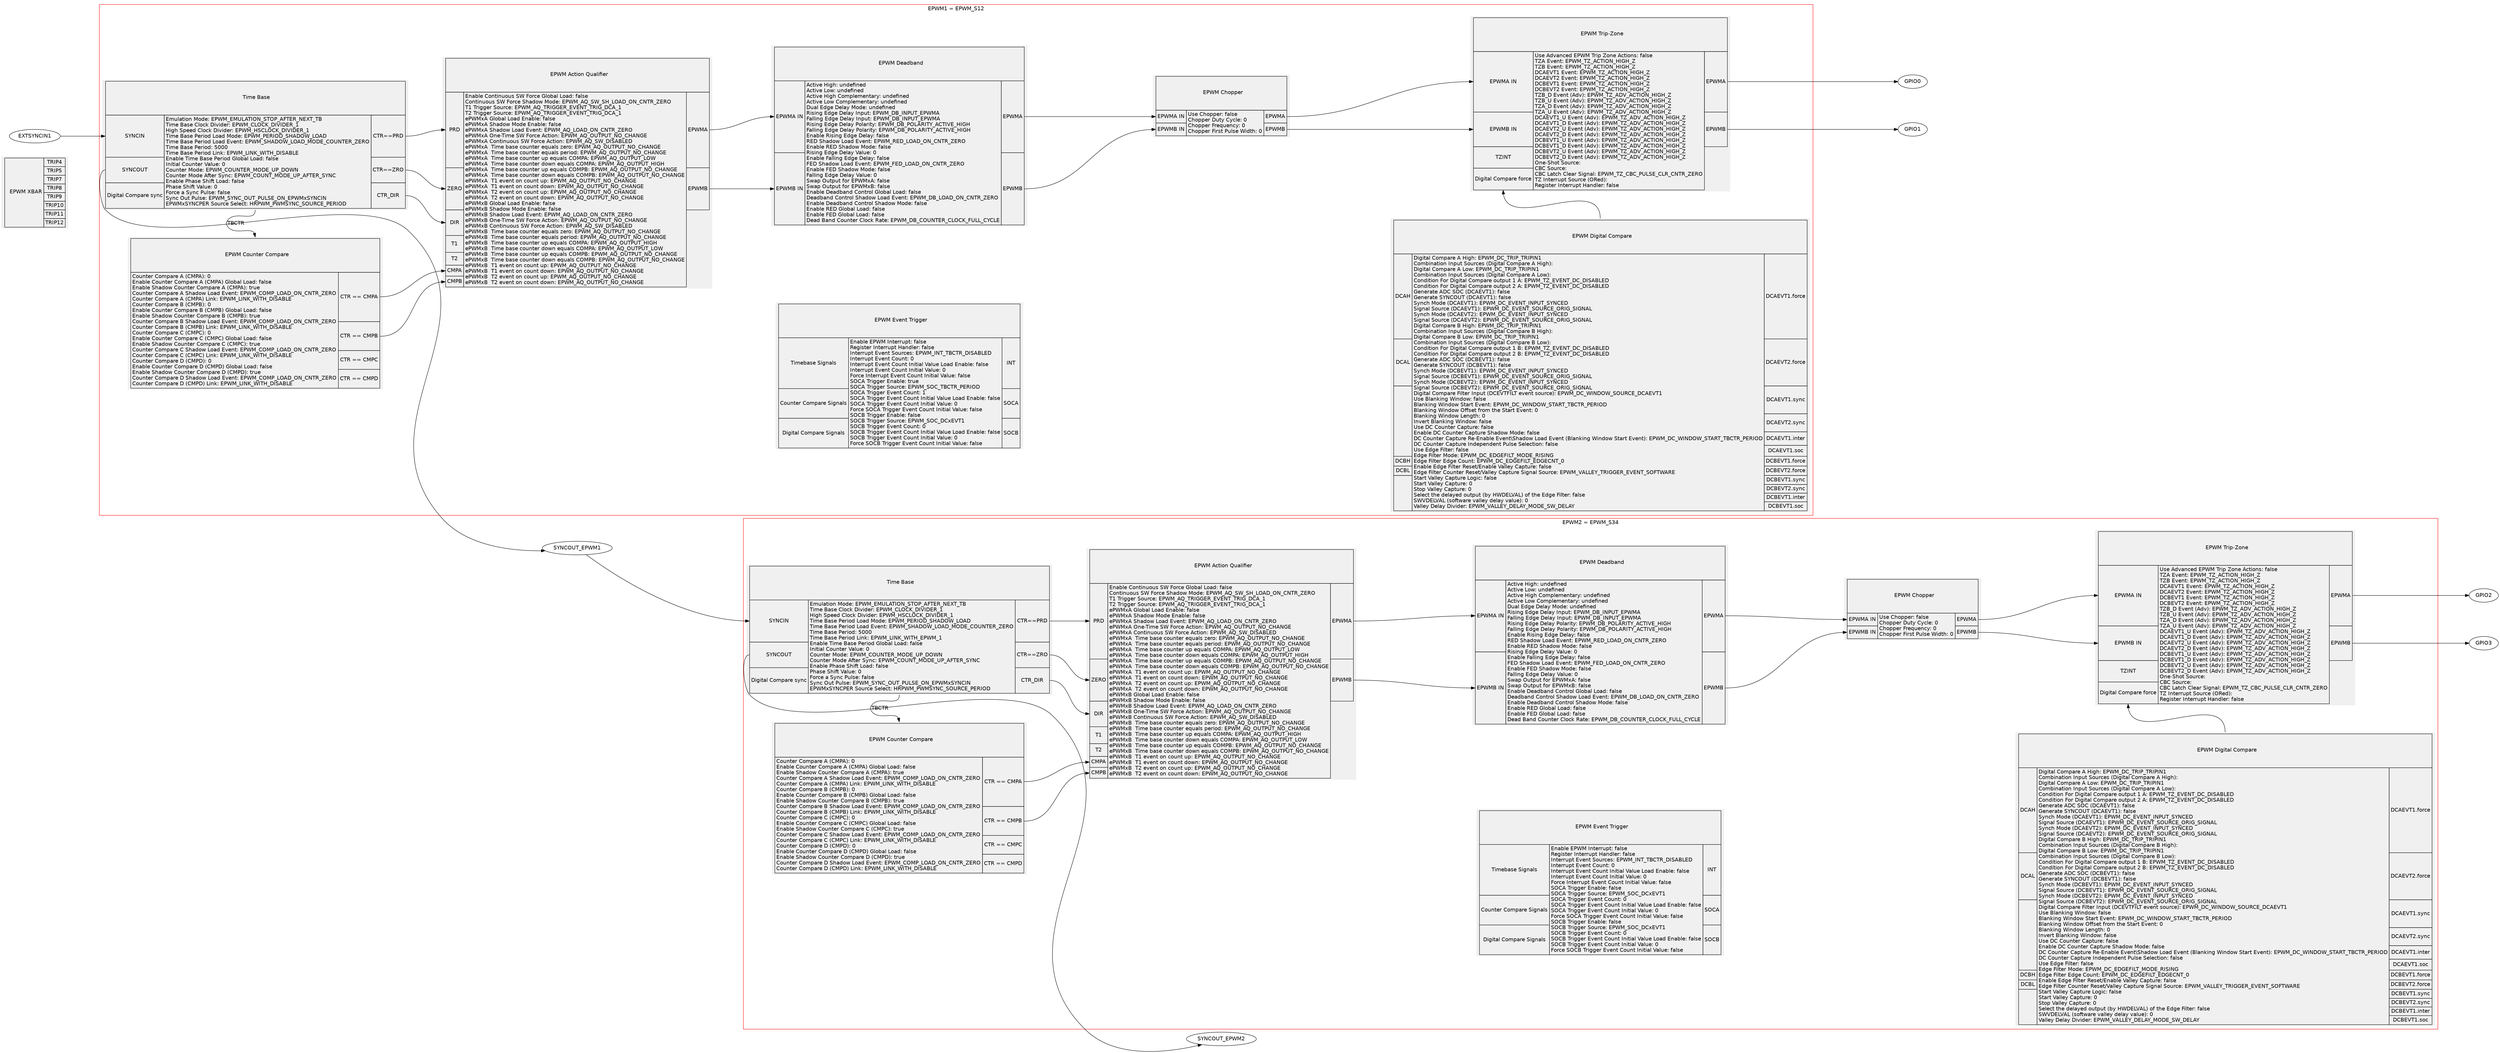
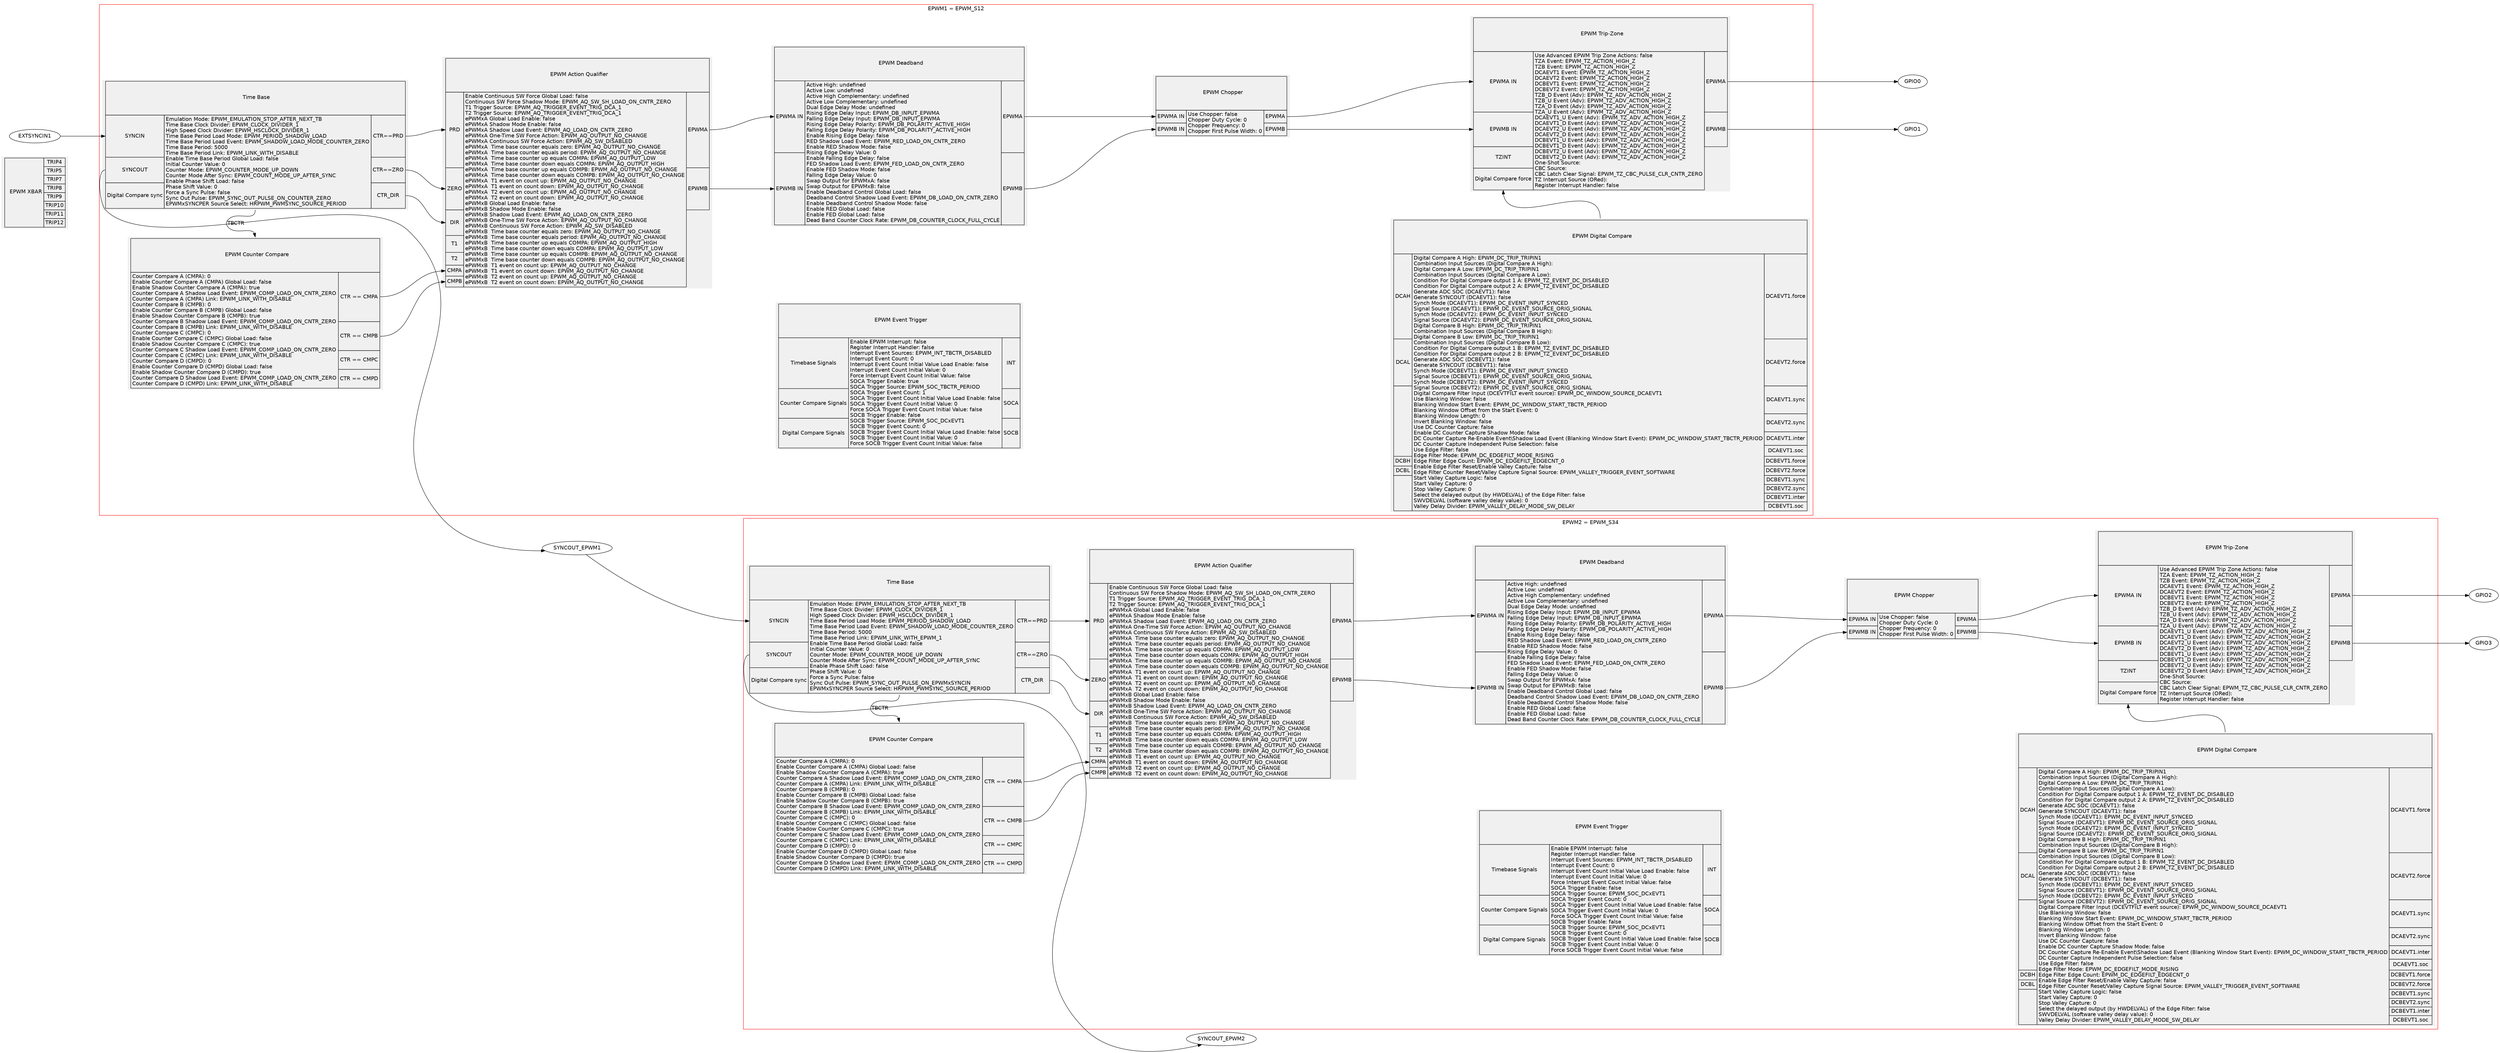
digraph {
    graph [fontname = "helvetica"];
    node  [fontname = "helvetica"];
    edge  [fontname = "helvetica"];
    graph [mclimit=50 nodesep=0.5 rankdir=LR ranksep=1.25]

    EPWMXBAR [label= <<TABLE BORDER='0' CELLBORDER='1' CELLPADDING='3' CELLSPACING='0'>
                       <TR><TD PORT='epwmxbar_title' ROWSPAN='9'><br/><br/>  EPWM XBAR<br/><br/><br/></TD></TR>
                       <TR><TD PORT='trip4'>TRIP4</TD></TR>
                       <TR><TD PORT='trip5'>TRIP5</TD></TR>
                       <TR><TD PORT='trip7'>TRIP7</TD></TR>
                       <TR><TD PORT='trip8'>TRIP8</TD></TR>
                       <TR><TD PORT='trip9'>TRIP9</TD></TR>
                       <TR><TD PORT='trip10'>TRIP10</TD></TR>
                       <TR><TD PORT='trip11'>TRIP11</TD></TR>
                       <TR><TD PORT='trip12'>TRIP12</TD></TR>
                       </TABLE>>
               color=black shape=plaintext fillcolor="#F0F0F0" style=filled]


    subgraph cluster_epwm1 {
        label = "EPWM1 = EPWM_S12";
        color=red;


        epwm1_TB [label= <<TABLE BORDER='0' CELLBORDER='1' CELLPADDING='3' CELLSPACING='0'>
                        <TR><TD PORT='' COLSPAN='3'><br/><br/>  Time Base <br/><br/><br/></TD></TR>
-                         <TR><TD PORT='epwm1_syncin'>SYNCIN</TD><TD ROWSPAN='3'>Emulation Mode: EPWM_EMULATION_STOP_AFTER_NEXT_TB<br align="left" />Time Base Clock Divider: EPWM_CLOCK_DIVIDER_1<br align="left" />High Speed Clock Divider: EPWM_HSCLOCK_DIVIDER_1<br align="left" />Time Base Period Load Mode: EPWM_PERIOD_SHADOW_LOAD<br align="left" />Time Base Period Load Event: EPWM_SHADOW_LOAD_MODE_COUNTER_ZERO<br align="left" />Time Base Period: 5000<br align="left" />Time Base Period Link: EPWM_LINK_WITH_DISABLE<br align="left" />Enable Time Base Period Global Load: false<br align="left" />Initial Counter Value: 0<br align="left" />Counter Mode: EPWM_COUNTER_MODE_UP_DOWN<br align="left" />Counter Mode After Sync: EPWM_COUNT_MODE_UP_AFTER_SYNC<br align="left" />Enable Phase Shift Load: false<br align="left" />Phase Shift Value: 0<br align="left" />Force a Sync Pulse: false<br align="left" />Sync Out Pulse: EPWM_SYNC_OUT_PULSE_ON_EPWMxSYNCIN<br align="left" />EPWMxSYNCPER Source Select: HRPWM_PWMSYNC_SOURCE_PERIOD<br align="left" /></TD><TD PORT='epwm1_tb_prd'>CTR==PRD</TD></TR>
+                         <TR><TD PORT='epwm1_syncin'>SYNCIN</TD><TD ROWSPAN='3'>Emulation Mode: EPWM_EMULATION_STOP_AFTER_NEXT_TB<br align="left" />Time Base Clock Divider: EPWM_CLOCK_DIVIDER_1<br align="left" />High Speed Clock Divider: EPWM_HSCLOCK_DIVIDER_1<br align="left" />Time Base Period Load Mode: EPWM_PERIOD_SHADOW_LOAD<br align="left" />Time Base Period Load Event: EPWM_SHADOW_LOAD_MODE_COUNTER_ZERO<br align="left" />Time Base Period: 5000<br align="left" />Time Base Period Link: EPWM_LINK_WITH_DISABLE<br align="left" />Enable Time Base Period Global Load: false<br align="left" />Initial Counter Value: 0<br align="left" />Counter Mode: EPWM_COUNTER_MODE_UP_DOWN<br align="left" />Counter Mode After Sync: EPWM_COUNT_MODE_UP_AFTER_SYNC<br align="left" />Enable Phase Shift Load: false<br align="left" />Phase Shift Value: 0<br align="left" />Force a Sync Pulse: false<br align="left" />Sync Out Pulse: EPWM_SYNC_OUT_PULSE_ON_COUNTER_ZERO<br align="left" />EPWMxSYNCPER Source Select: HRPWM_PWMSYNC_SOURCE_PERIOD<br align="left" /></TD><TD PORT='epwm1_tb_prd'>CTR==PRD</TD></TR>
                        <TR><TD PORT='epwm1_syncout'>SYNCOUT</TD><TD COL='3' PORT='epwm1_tb_zero'>CTR==ZRO</TD></TR>
                        <TR><TD PORT=''>Digital Compare sync</TD><TD COL='3' PORT='epwm1_tb_dir'>CTR_DIR</TD></TR>
                       </TABLE>>
               color=black shape=plaintext fillcolor="#F0F0F0" style=filled]


        epwm1_DC [label= <<TABLE BORDER='0' CELLBORDER='1' CELLPADDING='3' CELLSPACING='0'>
                       <TR><TD PORT='epwm1_dc_title' COLSPAN='3'><br/><br/>  EPWM Digital Compare<br/><br/><br/></TD></TR>
                       <TR><TD PORT='epwm1_dcah'>DCAH</TD><TD ROWSPAN='12'>Digital Compare A High: EPWM_DC_TRIP_TRIPIN1<br align="left" />Combination Input Sources (Digital Compare A High): <br align="left" />Digital Compare A Low: EPWM_DC_TRIP_TRIPIN1<br align="left" />Combination Input Sources (Digital Compare A Low): <br align="left" />Condition For Digital Compare output 1 A: EPWM_TZ_EVENT_DC_DISABLED<br align="left" />Condition For Digital Compare output 2 A: EPWM_TZ_EVENT_DC_DISABLED<br align="left" />Generate ADC SOC (DCAEVT1): false<br align="left" />Generate SYNCOUT (DCAEVT1): false<br align="left" />Synch Mode (DCAEVT1): EPWM_DC_EVENT_INPUT_SYNCED<br align="left" />Signal Source (DCAEVT1): EPWM_DC_EVENT_SOURCE_ORIG_SIGNAL<br align="left" />Synch Mode (DCAEVT2): EPWM_DC_EVENT_INPUT_SYNCED<br align="left" />Signal Source (DCAEVT2): EPWM_DC_EVENT_SOURCE_ORIG_SIGNAL<br align="left" />Digital Compare B High: EPWM_DC_TRIP_TRIPIN1<br align="left" />Combination Input Sources (Digital Compare B High): <br align="left" />Digital Compare B Low: EPWM_DC_TRIP_TRIPIN1<br align="left" />Combination Input Sources (Digital Compare B Low): <br align="left" />Condition For Digital Compare output 1 B: EPWM_TZ_EVENT_DC_DISABLED<br align="left" />Condition For Digital Compare output 2 B: EPWM_TZ_EVENT_DC_DISABLED<br align="left" />Generate ADC SOC (DCBEVT1): false<br align="left" />Generate SYNCOUT (DCBEVT1): false<br align="left" />Synch Mode (DCBEVT1): EPWM_DC_EVENT_INPUT_SYNCED<br align="left" />Signal Source (DCBEVT1): EPWM_DC_EVENT_SOURCE_ORIG_SIGNAL<br align="left" />Synch Mode (DCBEVT2): EPWM_DC_EVENT_INPUT_SYNCED<br align="left" />Signal Source (DCBEVT2): EPWM_DC_EVENT_SOURCE_ORIG_SIGNAL<br align="left" />Digital Compare Filter Input (DCEVTFILT event source): EPWM_DC_WINDOW_SOURCE_DCAEVT1<br align="left" />Use Blanking Window: false<br align="left" />Blanking Window Start Event: EPWM_DC_WINDOW_START_TBCTR_PERIOD<br align="left" />Blanking Window Offset from the Start Event: 0<br align="left" />Blanking Window Length: 0<br align="left" />Invert Blanking Window: false<br align="left" />Use DC Counter Capture: false<br align="left" />Enable DC Counter Capture Shadow Mode: false<br align="left" />DC Counter Capture Re-Enable Event\Shadow Load Event (Blanking Window Start Event): EPWM_DC_WINDOW_START_TBCTR_PERIOD<br align="left" />DC Counter Capture Independent Pulse Selection: false<br align="left" />Use Edge Filter: false<br align="left" />Edge Filter Mode: EPWM_DC_EDGEFILT_MODE_RISING<br align="left" />Edge Filter Edge Count: EPWM_DC_EDGEFILT_EDGECNT_0<br align="left" />Enable Edge Filter Reset/Enable Valley Capture: false<br align="left" />Edge Filter Counter Reset/Valley Capture Signal Source: EPWM_VALLEY_TRIGGER_EVENT_SOFTWARE<br align="left" />Start Valley Capture Logic: false<br align="left" />Start Valley Capture: 0<br align="left" />Stop Valley Capture: 0<br align="left" />Select the delayed output (by HWDELVAL) of the Edge Filter: false<br align="left" />SWVDELVAL (software valley delay value): 0<br align="left" />Valley Delay Divider: EPWM_VALLEY_DELAY_MODE_SW_DELAY<br align="left" /></TD><TD COL='3' PORT='epwm1_dcaevt1frc'>DCAEVT1.force</TD></TR>
                       <TR><TD PORT='epwm1_dcal'>DCAL</TD>                                 <TD COL='3' PORT=''>DCAEVT2.force</TD></TR>
                       <TR><TD ROWSPAN='4'></TD>                                                        <TD COL='3' PORT=''>DCAEVT1.sync</TD></TR>
                       <TR>                                                                             <TD COL='3' PORT=''>DCAEVT2.sync</TD></TR>
                       <TR>                                                                             <TD COL='3' PORT=''>DCAEVT1.inter</TD></TR>
                       <TR>                                                                             <TD COL='3' PORT=''>DCAEVT1.soc</TD></TR>
                       <TR><TD PORT='epwm1_dcbh'>DCBH</TD>                                 <TD PORT='epwm1_dcbevt1frc'>DCBEVT1.force</TD></TR>
                       <TR><TD PORT='epwm1_dcbl'>DCBL</TD>                                 <TD PORT=''>DCBEVT2.force</TD></TR>
                       <TR><TD ROWSPAN='4'></TD>                                                        <TD COL='3' PORT=''>DCBEVT1.sync</TD></TR>
                       <TR>                                                                             <TD COL='3' PORT=''>DCBEVT2.sync</TD></TR>
                       <TR>                                                                             <TD COL='3' PORT=''>DCBEVT1.inter</TD></TR>
                       <TR>                                                                             <TD COL='3' PORT=''>DCBEVT1.soc</TD></TR>
                       </TABLE>>
               color=black shape=plaintext fillcolor="#F0F0F0" style=filled]


        epwm1_CC [label= <<TABLE BORDER='0' CELLBORDER='1' CELLPADDING='3' CELLSPACING='0'>
                       <TR><TD PORT='epwm1_cc_title' COLSPAN='3'><br/><br/>  EPWM Counter Compare<br/><br/><br/></TD></TR>
                       <TR><TD PORT='' COLSPAN='2' ROWSPAN='4'>Counter Compare A (CMPA): 0<br align="left" />Enable Counter Compare A (CMPA) Global Load: false<br align="left" />Enable Shadow Counter Compare A (CMPA): true<br align="left" />Counter Compare A Shadow Load Event: EPWM_COMP_LOAD_ON_CNTR_ZERO<br align="left" />Counter Compare A (CMPA) Link: EPWM_LINK_WITH_DISABLE<br align="left" />Counter Compare B (CMPB): 0<br align="left" />Enable Counter Compare B (CMPB) Global Load: false<br align="left" />Enable Shadow Counter Compare B (CMPB): true<br align="left" />Counter Compare B Shadow Load Event: EPWM_COMP_LOAD_ON_CNTR_ZERO<br align="left" />Counter Compare B (CMPB) Link: EPWM_LINK_WITH_DISABLE<br align="left" />Counter Compare C (CMPC): 0<br align="left" />Enable Counter Compare C (CMPC) Global Load: false<br align="left" />Enable Shadow Counter Compare C (CMPC): true<br align="left" />Counter Compare C Shadow Load Event: EPWM_COMP_LOAD_ON_CNTR_ZERO<br align="left" />Counter Compare C (CMPC) Link: EPWM_LINK_WITH_DISABLE<br align="left" />Counter Compare D (CMPD): 0<br align="left" />Enable Counter Compare D (CMPD) Global Load: false<br align="left" />Enable Shadow Counter Compare D (CMPD): true<br align="left" />Counter Compare D Shadow Load Event: EPWM_COMP_LOAD_ON_CNTR_ZERO<br align="left" />Counter Compare D (CMPD) Link: EPWM_LINK_WITH_DISABLE<br align="left" /></TD><TD COL='3' PORT='epwm1_cc_cmpa'>CTR == CMPA</TD></TR>
                       <TR><TD COL='3' PORT='epwm1_cc_cmpb'>CTR == CMPB</TD></TR>
                       <TR><TD COL='3' PORT='epwm1_cc_cmpc'>CTR == CMPC</TD></TR>
                       <TR><TD COL='3' PORT='epwm1_cc_cmpd'>CTR == CMPD</TD></TR>
                       </TABLE>>
               color=black shape=plaintext fillcolor="#F0F0F0" style=filled]


        epwm1_AQ [label= <<TABLE BORDER='0' CELLBORDER='1' CELLPADDING='3' CELLSPACING='0'>
                       <TR><TD PORT='epwm1_aq_title' COLSPAN='3'><br/><br/>  EPWM Action Qualifier<br/><br/><br/></TD></TR>
                       <TR><TD PORT='epwm1_aq_prd'>PRD</TD><TD PORT='' ROWSPAN='7'>Enable Continuous SW Force Global Load: false<br align="left" />Continuous SW Force Shadow Mode: EPWM_AQ_SW_SH_LOAD_ON_CNTR_ZERO<br align="left" />T1 Trigger Source: EPWM_AQ_TRIGGER_EVENT_TRIG_DCA_1<br align="left" />T2 Trigger Source: EPWM_AQ_TRIGGER_EVENT_TRIG_DCA_1<br align="left" />ePWMxA Global Load Enable: false<br align="left" />ePWMxA Shadow Mode Enable: false<br align="left" />ePWMxA Shadow Load Event: EPWM_AQ_LOAD_ON_CNTR_ZERO<br align="left" />ePWMxA One-Time SW Force Action: EPWM_AQ_OUTPUT_NO_CHANGE<br align="left" />ePWMxA Continuous SW Force Action: EPWM_AQ_SW_DISABLED<br align="left" />ePWMxA  Time base counter equals zero: EPWM_AQ_OUTPUT_NO_CHANGE<br align="left" />ePWMxA  Time base counter equals period: EPWM_AQ_OUTPUT_NO_CHANGE<br align="left" />ePWMxA  Time base counter up equals COMPA: EPWM_AQ_OUTPUT_LOW<br align="left" />ePWMxA  Time base counter down equals COMPA: EPWM_AQ_OUTPUT_HIGH<br align="left" />ePWMxA  Time base counter up equals COMPB: EPWM_AQ_OUTPUT_NO_CHANGE<br align="left" />ePWMxA  Time base counter down equals COMPB: EPWM_AQ_OUTPUT_NO_CHANGE<br align="left" />ePWMxA  T1 event on count up: EPWM_AQ_OUTPUT_NO_CHANGE<br align="left" />ePWMxA  T1 event on count down: EPWM_AQ_OUTPUT_NO_CHANGE<br align="left" />ePWMxA  T2 event on count up: EPWM_AQ_OUTPUT_NO_CHANGE<br align="left" />ePWMxA  T2 event on count down: EPWM_AQ_OUTPUT_NO_CHANGE<br align="left" />ePWMxB Global Load Enable: false<br align="left" />ePWMxB Shadow Mode Enable: false<br align="left" />ePWMxB Shadow Load Event: EPWM_AQ_LOAD_ON_CNTR_ZERO<br align="left" />ePWMxB One-Time SW Force Action: EPWM_AQ_OUTPUT_NO_CHANGE<br align="left" />ePWMxB Continuous SW Force Action: EPWM_AQ_SW_DISABLED<br align="left" />ePWMxB  Time base counter equals zero: EPWM_AQ_OUTPUT_NO_CHANGE<br align="left" />ePWMxB  Time base counter equals period: EPWM_AQ_OUTPUT_NO_CHANGE<br align="left" />ePWMxB  Time base counter up equals COMPA: EPWM_AQ_OUTPUT_HIGH<br align="left" />ePWMxB  Time base counter down equals COMPA: EPWM_AQ_OUTPUT_LOW<br align="left" />ePWMxB  Time base counter up equals COMPB: EPWM_AQ_OUTPUT_NO_CHANGE<br align="left" />ePWMxB  Time base counter down equals COMPB: EPWM_AQ_OUTPUT_NO_CHANGE<br align="left" />ePWMxB  T1 event on count up: EPWM_AQ_OUTPUT_NO_CHANGE<br align="left" />ePWMxB  T1 event on count down: EPWM_AQ_OUTPUT_NO_CHANGE<br align="left" />ePWMxB  T2 event on count up: EPWM_AQ_OUTPUT_NO_CHANGE<br align="left" />ePWMxB  T2 event on count down: EPWM_AQ_OUTPUT_NO_CHANGE<br align="left" /></TD><TD COL='3' PORT='epwm1_aq_epwma'>EPWMA</TD></TR>
                       <TR><TD PORT='epwm1_aq_zero'>ZERO</TD>                                    <TD COL='3' PORT='epwm1_aq_epwmb'>EPWMB</TD></TR>
                       <TR><TD PORT='epwm1_aq_dir'>DIR</TD>                                    </TR>
                       <TR><TD PORT='epwm1_aq_t1'>T1</TD>                                    </TR>
                       <TR><TD PORT='epwm1_aq_t2'>T2</TD>                                    </TR>
                       <TR><TD PORT='epwm1_aq_cmpa'>CMPA</TD>                                    </TR>
                       <TR><TD PORT='epwm1_aq_cmpb'>CMPB</TD>                                    </TR>
                       </TABLE>>
               color=black shape=plaintext fillcolor="#F0F0F0" style=filled]


        epwm1_DB [label= <<TABLE BORDER='0' CELLBORDER='1' CELLPADDING='3' CELLSPACING='0'>
                       <TR><TD PORT='epwm1_db_title' COLSPAN='3'><br/><br/>  EPWM Deadband<br/><br/><br/></TD></TR>
                       <TR><TD PORT='epwm1_db_epwma_in'>EPWMA IN</TD><TD PORT='' ROWSPAN='2'>Active High: undefined<br align="left" />Active Low: undefined<br align="left" />Active High Complementary: undefined<br align="left" />Active Low Complementary: undefined<br align="left" />Dual Edge Delay Mode: undefined<br align="left" />Rising Edge Delay Input: EPWM_DB_INPUT_EPWMA<br align="left" />Falling Edge Delay Input: EPWM_DB_INPUT_EPWMA<br align="left" />Rising Edge Delay Polarity: EPWM_DB_POLARITY_ACTIVE_HIGH<br align="left" />Falling Edge Delay Polarity: EPWM_DB_POLARITY_ACTIVE_HIGH<br align="left" />Enable Rising Edge Delay: false<br align="left" />RED Shadow Load Event: EPWM_RED_LOAD_ON_CNTR_ZERO<br align="left" />Enable RED Shadow Mode: false<br align="left" />Rising Edge Delay Value: 0<br align="left" />Enable Falling Edge Delay: false<br align="left" />FED Shadow Load Event: EPWM_FED_LOAD_ON_CNTR_ZERO<br align="left" />Enable FED Shadow Mode: false<br align="left" />Falling Edge Delay Value: 0<br align="left" />Swap Output for EPWMxA: false<br align="left" />Swap Output for EPWMxB: false<br align="left" />Enable Deadband Control Global Load: false<br align="left" />Deadband Control Shadow Load Event: EPWM_DB_LOAD_ON_CNTR_ZERO<br align="left" />Enable Deadband Control Shadow Mode: false<br align="left" />Enable RED Global Load: false<br align="left" />Enable FED Global Load: false<br align="left" />Dead Band Counter Clock Rate: EPWM_DB_COUNTER_CLOCK_FULL_CYCLE<br align="left" /></TD><TD COL='3' PORT='epwm1_db_epwma_out'>EPWMA</TD></TR>
                       <TR><TD PORT='epwm1_db_epwmb_in'>EPWMB IN</TD>                                    <TD COL='3' PORT='epwm1_db_epwmb_out'>EPWMB</TD></TR>
                       </TABLE>>
               color=black shape=plaintext fillcolor="#F0F0F0" style=filled]


        epwm1_PC [label= <<TABLE BORDER='0' CELLBORDER='1' CELLPADDING='3' CELLSPACING='0'>
                       <TR><TD PORT='epwm1_pc_title' COLSPAN='3'><br/><br/>  EPWM Chopper<br/><br/><br/></TD></TR>
                       <TR><TD PORT='epwm1_pc_epwma_in'>EPWMA IN</TD><TD PORT='' ROWSPAN='2'>Use Chopper: false<br align="left" />Chopper Duty Cycle: 0<br align="left" />Chopper Frequency: 0<br align="left" />Chopper First Pulse Width: 0<br align="left" /></TD><TD COL='3' PORT='epwm1_pc_epwma_out'>EPWMA</TD></TR>
                       <TR><TD PORT='epwm1_pc_epwmb_in'>EPWMB IN</TD>                                    <TD COL='3' PORT='epwm1_pc_epwmb_out'>EPWMB</TD></TR>
                       </TABLE>>
               color=black shape=plaintext fillcolor="#F0F0F0" style=filled]


        epwm1_TZ [label= <<TABLE BORDER='0' CELLBORDER='1' CELLPADDING='3' CELLSPACING='0'>
                       <TR><TD PORT='epwm1_tz_title' COLSPAN='3'><br/><br/>  EPWM Trip-Zone<br/><br/><br/></TD></TR>
                       <TR><TD PORT='epwm1_tz_epwma_in'>EPWMA IN</TD><TD PORT='' ROWSPAN='4'>Use Advanced EPWM Trip Zone Actions: false<br align="left" />TZA Event: EPWM_TZ_ACTION_HIGH_Z<br align="left" />TZB Event: EPWM_TZ_ACTION_HIGH_Z<br align="left" />DCAEVT1 Event: EPWM_TZ_ACTION_HIGH_Z<br align="left" />DCAEVT2 Event: EPWM_TZ_ACTION_HIGH_Z<br align="left" />DCBEVT1 Event: EPWM_TZ_ACTION_HIGH_Z<br align="left" />DCBEVT2 Event: EPWM_TZ_ACTION_HIGH_Z<br align="left" />TZB_D Event (Adv): EPWM_TZ_ADV_ACTION_HIGH_Z<br align="left" />TZB_U Event (Adv): EPWM_TZ_ADV_ACTION_HIGH_Z<br align="left" />TZA_D Event (Adv): EPWM_TZ_ADV_ACTION_HIGH_Z<br align="left" />TZA_U Event (Adv): EPWM_TZ_ADV_ACTION_HIGH_Z<br align="left" />DCAEVT1_U Event (Adv): EPWM_TZ_ADV_ACTION_HIGH_Z<br align="left" />DCAEVT1_D Event (Adv): EPWM_TZ_ADV_ACTION_HIGH_Z<br align="left" />DCAEVT2_U Event (Adv): EPWM_TZ_ADV_ACTION_HIGH_Z<br align="left" />DCAEVT2_D Event (Adv): EPWM_TZ_ADV_ACTION_HIGH_Z<br align="left" />DCBEVT1_U Event (Adv): EPWM_TZ_ADV_ACTION_HIGH_Z<br align="left" />DCBEVT1_D Event (Adv): EPWM_TZ_ADV_ACTION_HIGH_Z<br align="left" />DCBEVT2_U Event (Adv): EPWM_TZ_ADV_ACTION_HIGH_Z<br align="left" />DCBEVT2_D Event (Adv): EPWM_TZ_ADV_ACTION_HIGH_Z<br align="left" />One-Shot Source: <br align="left" />CBC Source: <br align="left" />CBC Latch Clear Signal: EPWM_TZ_CBC_PULSE_CLR_CNTR_ZERO<br align="left" />TZ Interrupt Source (ORed): <br align="left" />Register Interrupt Handler: false<br align="left" /></TD><TD COL='3' PORT='epwm1_tz_epwma_out'>EPWMA</TD></TR>
                       <TR><TD PORT='epwm1_tz_epwmb_in'>EPWMB IN</TD>                                    <TD COL='3' PORT='epwm1_tz_epwmb_out'>EPWMB</TD></TR>
                       <TR><TD PORT='epwm1_tz_int'>TZINT</TD>                                    </TR>
                       <TR><TD PORT='epwm1_tz_dcforce'>Digital Compare force</TD>                                    </TR>
                       </TABLE>>
               color=black shape=plaintext fillcolor="#F0F0F0" style=filled]


        epwm1_ET [label= <<TABLE BORDER='0' CELLBORDER='1' CELLPADDING='3' CELLSPACING='0'>
                       <TR><TD PORT='epwm1_et_title' COLSPAN='3'><br/><br/>  EPWM Event Trigger<br/><br/><br/></TD></TR>
                       <TR><TD PORT='epwm1_et_tb'>Timebase Signals</TD><TD PORT='' ROWSPAN='3'>Enable EPWM Interrupt: false<br align="left" />Register Interrupt Handler: false<br align="left" />Interrupt Event Sources: EPWM_INT_TBCTR_DISABLED<br align="left" />Interrupt Event Count: 0<br align="left" />Interrupt Event Count Initial Value Load Enable: false<br align="left" />Interrupt Event Count Initial Value: 0<br align="left" />Force Interrupt Event Count Initial Value: false<br align="left" />SOCA Trigger Enable: true<br align="left" />SOCA Trigger Source: EPWM_SOC_TBCTR_PERIOD<br align="left" />SOCA Trigger Event Count: 1<br align="left" />SOCA Trigger Event Count Initial Value Load Enable: false<br align="left" />SOCA Trigger Event Count Initial Value: 0<br align="left" />Force SOCA Trigger Event Count Initial Value: false<br align="left" />SOCB Trigger Enable: false<br align="left" />SOCB Trigger Source: EPWM_SOC_DCxEVT1<br align="left" />SOCB Trigger Event Count: 0<br align="left" />SOCB Trigger Event Count Initial Value Load Enable: false<br align="left" />SOCB Trigger Event Count Initial Value: 0<br align="left" />Force SOCB Trigger Event Count Initial Value: false<br align="left" /></TD><TD COL='3' PORT='epwm1_et_int'>INT</TD></TR>
                       <TR><TD PORT='epwm1_et_cc'>Counter Compare Signals</TD>                                    <TD COL='3' PORT='epwm1_et_soca'>SOCA</TD></TR>
                       <TR><TD PORT='epwm1_et_dc'>Digital Compare Signals</TD>                                    <TD COL='3' PORT='epwm1_et_socb'>SOCB</TD></TR>
                       </TABLE>>
               color=black shape=plaintext fillcolor="#F0F0F0" style=filled]


        {rank=same epwm1_TB; epwm1_CC};
        {rank=same epwm1_TZ; epwm1_DC};
        {rank=same epwm1_DB; epwm1_ET};
    }

    epwm1_TB:s -> epwm1_CC:n [label="TBCTR"];
    epwm1_DC:n -> epwm1_TZ:epwm1_tz_dcforce:s;


    epwm1_TB:epwm1_tb_prd:e -> epwm1_AQ:epwm1_aq_prd:w;
    epwm1_TB:epwm1_tb_zero:e -> epwm1_AQ:epwm1_aq_zero:w;
    epwm1_TB:epwm1_tb_dir:e -> epwm1_AQ:epwm1_aq_dir:w;
    epwm1_CC:epwm1_cc_cmpa:e -> epwm1_AQ:epwm1_aq_cmpa:w;
    epwm1_CC:epwm1_cc_cmpb:e -> epwm1_AQ:epwm1_aq_cmpb:w;

    epwm1_AQ:epwm1_aq_epwma:e -> epwm1_DB:epwm1_db_epwma_in:w
    epwm1_DB:epwm1_db_epwma_out:e -> epwm1_PC:epwm1_pc_epwma_in:w
    epwm1_PC:epwm1_pc_epwma_out:e -> epwm1_TZ:epwm1_tz_epwma_in:w


    epwm1_AQ:epwm1_aq_epwmb:e -> epwm1_DB:epwm1_db_epwmb_in:w
    epwm1_DB:epwm1_db_epwmb_out:e -> epwm1_PC:epwm1_pc_epwmb_in:w
    epwm1_PC:epwm1_pc_epwmb_out:e -> epwm1_TZ:epwm1_tz_epwmb_in:w


 	epwm1_TB:epwm1_syncout -> SYNCOUT_EPWM1

    epwm1_TZ:epwm1_tz_epwma_out:e -> GPIO0
    epwm1_TZ:epwm1_tz_epwmb_out:e -> GPIO1

    subgraph cluster_epwm2 {
        label = "EPWM2 = EPWM_S34";
        color=red;


        epwm2_TB [label= <<TABLE BORDER='0' CELLBORDER='1' CELLPADDING='3' CELLSPACING='0'>
                        <TR><TD PORT='' COLSPAN='3'><br/><br/>  Time Base <br/><br/><br/></TD></TR>
                        <TR><TD PORT='epwm2_syncin'>SYNCIN</TD><TD ROWSPAN='3'>Emulation Mode: EPWM_EMULATION_STOP_AFTER_NEXT_TB<br align="left" />Time Base Clock Divider: EPWM_CLOCK_DIVIDER_1<br align="left" />High Speed Clock Divider: EPWM_HSCLOCK_DIVIDER_1<br align="left" />Time Base Period Load Mode: EPWM_PERIOD_SHADOW_LOAD<br align="left" />Time Base Period Load Event: EPWM_SHADOW_LOAD_MODE_COUNTER_ZERO<br align="left" />Time Base Period: 5000<br align="left" />Time Base Period Link: EPWM_LINK_WITH_EPWM_1<br align="left" />Enable Time Base Period Global Load: false<br align="left" />Initial Counter Value: 0<br align="left" />Counter Mode: EPWM_COUNTER_MODE_UP_DOWN<br align="left" />Counter Mode After Sync: EPWM_COUNT_MODE_UP_AFTER_SYNC<br align="left" />Enable Phase Shift Load: false<br align="left" />Phase Shift Value: 0<br align="left" />Force a Sync Pulse: false<br align="left" />Sync Out Pulse: EPWM_SYNC_OUT_PULSE_ON_EPWMxSYNCIN<br align="left" />EPWMxSYNCPER Source Select: HRPWM_PWMSYNC_SOURCE_PERIOD<br align="left" /></TD><TD PORT='epwm2_tb_prd'>CTR==PRD</TD></TR>
                        <TR><TD PORT='epwm2_syncout'>SYNCOUT</TD><TD COL='3' PORT='epwm2_tb_zero'>CTR==ZRO</TD></TR>
                        <TR><TD PORT=''>Digital Compare sync</TD><TD COL='3' PORT='epwm2_tb_dir'>CTR_DIR</TD></TR>
                       </TABLE>>
               color=black shape=plaintext fillcolor="#F0F0F0" style=filled]


        epwm2_DC [label= <<TABLE BORDER='0' CELLBORDER='1' CELLPADDING='3' CELLSPACING='0'>
                       <TR><TD PORT='epwm2_dc_title' COLSPAN='3'><br/><br/>  EPWM Digital Compare<br/><br/><br/></TD></TR>
                       <TR><TD PORT='epwm2_dcah'>DCAH</TD><TD ROWSPAN='12'>Digital Compare A High: EPWM_DC_TRIP_TRIPIN1<br align="left" />Combination Input Sources (Digital Compare A High): <br align="left" />Digital Compare A Low: EPWM_DC_TRIP_TRIPIN1<br align="left" />Combination Input Sources (Digital Compare A Low): <br align="left" />Condition For Digital Compare output 1 A: EPWM_TZ_EVENT_DC_DISABLED<br align="left" />Condition For Digital Compare output 2 A: EPWM_TZ_EVENT_DC_DISABLED<br align="left" />Generate ADC SOC (DCAEVT1): false<br align="left" />Generate SYNCOUT (DCAEVT1): false<br align="left" />Synch Mode (DCAEVT1): EPWM_DC_EVENT_INPUT_SYNCED<br align="left" />Signal Source (DCAEVT1): EPWM_DC_EVENT_SOURCE_ORIG_SIGNAL<br align="left" />Synch Mode (DCAEVT2): EPWM_DC_EVENT_INPUT_SYNCED<br align="left" />Signal Source (DCAEVT2): EPWM_DC_EVENT_SOURCE_ORIG_SIGNAL<br align="left" />Digital Compare B High: EPWM_DC_TRIP_TRIPIN1<br align="left" />Combination Input Sources (Digital Compare B High): <br align="left" />Digital Compare B Low: EPWM_DC_TRIP_TRIPIN1<br align="left" />Combination Input Sources (Digital Compare B Low): <br align="left" />Condition For Digital Compare output 1 B: EPWM_TZ_EVENT_DC_DISABLED<br align="left" />Condition For Digital Compare output 2 B: EPWM_TZ_EVENT_DC_DISABLED<br align="left" />Generate ADC SOC (DCBEVT1): false<br align="left" />Generate SYNCOUT (DCBEVT1): false<br align="left" />Synch Mode (DCBEVT1): EPWM_DC_EVENT_INPUT_SYNCED<br align="left" />Signal Source (DCBEVT1): EPWM_DC_EVENT_SOURCE_ORIG_SIGNAL<br align="left" />Synch Mode (DCBEVT2): EPWM_DC_EVENT_INPUT_SYNCED<br align="left" />Signal Source (DCBEVT2): EPWM_DC_EVENT_SOURCE_ORIG_SIGNAL<br align="left" />Digital Compare Filter Input (DCEVTFILT event source): EPWM_DC_WINDOW_SOURCE_DCAEVT1<br align="left" />Use Blanking Window: false<br align="left" />Blanking Window Start Event: EPWM_DC_WINDOW_START_TBCTR_PERIOD<br align="left" />Blanking Window Offset from the Start Event: 0<br align="left" />Blanking Window Length: 0<br align="left" />Invert Blanking Window: false<br align="left" />Use DC Counter Capture: false<br align="left" />Enable DC Counter Capture Shadow Mode: false<br align="left" />DC Counter Capture Re-Enable Event\Shadow Load Event (Blanking Window Start Event): EPWM_DC_WINDOW_START_TBCTR_PERIOD<br align="left" />DC Counter Capture Independent Pulse Selection: false<br align="left" />Use Edge Filter: false<br align="left" />Edge Filter Mode: EPWM_DC_EDGEFILT_MODE_RISING<br align="left" />Edge Filter Edge Count: EPWM_DC_EDGEFILT_EDGECNT_0<br align="left" />Enable Edge Filter Reset/Enable Valley Capture: false<br align="left" />Edge Filter Counter Reset/Valley Capture Signal Source: EPWM_VALLEY_TRIGGER_EVENT_SOFTWARE<br align="left" />Start Valley Capture Logic: false<br align="left" />Start Valley Capture: 0<br align="left" />Stop Valley Capture: 0<br align="left" />Select the delayed output (by HWDELVAL) of the Edge Filter: false<br align="left" />SWVDELVAL (software valley delay value): 0<br align="left" />Valley Delay Divider: EPWM_VALLEY_DELAY_MODE_SW_DELAY<br align="left" /></TD><TD COL='3' PORT='epwm2_dcaevt1frc'>DCAEVT1.force</TD></TR>
                       <TR><TD PORT='epwm2_dcal'>DCAL</TD>                                 <TD COL='3' PORT=''>DCAEVT2.force</TD></TR>
                       <TR><TD ROWSPAN='4'></TD>                                                        <TD COL='3' PORT=''>DCAEVT1.sync</TD></TR>
                       <TR>                                                                             <TD COL='3' PORT=''>DCAEVT2.sync</TD></TR>
                       <TR>                                                                             <TD COL='3' PORT=''>DCAEVT1.inter</TD></TR>
                       <TR>                                                                             <TD COL='3' PORT=''>DCAEVT1.soc</TD></TR>
                       <TR><TD PORT='epwm2_dcbh'>DCBH</TD>                                 <TD PORT='epwm2_dcbevt1frc'>DCBEVT1.force</TD></TR>
                       <TR><TD PORT='epwm2_dcbl'>DCBL</TD>                                 <TD PORT=''>DCBEVT2.force</TD></TR>
                       <TR><TD ROWSPAN='4'></TD>                                                        <TD COL='3' PORT=''>DCBEVT1.sync</TD></TR>
                       <TR>                                                                             <TD COL='3' PORT=''>DCBEVT2.sync</TD></TR>
                       <TR>                                                                             <TD COL='3' PORT=''>DCBEVT1.inter</TD></TR>
                       <TR>                                                                             <TD COL='3' PORT=''>DCBEVT1.soc</TD></TR>
                       </TABLE>>
               color=black shape=plaintext fillcolor="#F0F0F0" style=filled]


        epwm2_CC [label= <<TABLE BORDER='0' CELLBORDER='1' CELLPADDING='3' CELLSPACING='0'>
                       <TR><TD PORT='epwm2_cc_title' COLSPAN='3'><br/><br/>  EPWM Counter Compare<br/><br/><br/></TD></TR>
                       <TR><TD PORT='' COLSPAN='2' ROWSPAN='4'>Counter Compare A (CMPA): 0<br align="left" />Enable Counter Compare A (CMPA) Global Load: false<br align="left" />Enable Shadow Counter Compare A (CMPA): true<br align="left" />Counter Compare A Shadow Load Event: EPWM_COMP_LOAD_ON_CNTR_ZERO<br align="left" />Counter Compare A (CMPA) Link: EPWM_LINK_WITH_DISABLE<br align="left" />Counter Compare B (CMPB): 0<br align="left" />Enable Counter Compare B (CMPB) Global Load: false<br align="left" />Enable Shadow Counter Compare B (CMPB): true<br align="left" />Counter Compare B Shadow Load Event: EPWM_COMP_LOAD_ON_CNTR_ZERO<br align="left" />Counter Compare B (CMPB) Link: EPWM_LINK_WITH_DISABLE<br align="left" />Counter Compare C (CMPC): 0<br align="left" />Enable Counter Compare C (CMPC) Global Load: false<br align="left" />Enable Shadow Counter Compare C (CMPC): true<br align="left" />Counter Compare C Shadow Load Event: EPWM_COMP_LOAD_ON_CNTR_ZERO<br align="left" />Counter Compare C (CMPC) Link: EPWM_LINK_WITH_DISABLE<br align="left" />Counter Compare D (CMPD): 0<br align="left" />Enable Counter Compare D (CMPD) Global Load: false<br align="left" />Enable Shadow Counter Compare D (CMPD): true<br align="left" />Counter Compare D Shadow Load Event: EPWM_COMP_LOAD_ON_CNTR_ZERO<br align="left" />Counter Compare D (CMPD) Link: EPWM_LINK_WITH_DISABLE<br align="left" /></TD><TD COL='3' PORT='epwm2_cc_cmpa'>CTR == CMPA</TD></TR>
                       <TR><TD COL='3' PORT='epwm2_cc_cmpb'>CTR == CMPB</TD></TR>
                       <TR><TD COL='3' PORT='epwm2_cc_cmpc'>CTR == CMPC</TD></TR>
                       <TR><TD COL='3' PORT='epwm2_cc_cmpd'>CTR == CMPD</TD></TR>
                       </TABLE>>
               color=black shape=plaintext fillcolor="#F0F0F0" style=filled]


        epwm2_AQ [label= <<TABLE BORDER='0' CELLBORDER='1' CELLPADDING='3' CELLSPACING='0'>
                       <TR><TD PORT='epwm2_aq_title' COLSPAN='3'><br/><br/>  EPWM Action Qualifier<br/><br/><br/></TD></TR>
                       <TR><TD PORT='epwm2_aq_prd'>PRD</TD><TD PORT='' ROWSPAN='7'>Enable Continuous SW Force Global Load: false<br align="left" />Continuous SW Force Shadow Mode: EPWM_AQ_SW_SH_LOAD_ON_CNTR_ZERO<br align="left" />T1 Trigger Source: EPWM_AQ_TRIGGER_EVENT_TRIG_DCA_1<br align="left" />T2 Trigger Source: EPWM_AQ_TRIGGER_EVENT_TRIG_DCA_1<br align="left" />ePWMxA Global Load Enable: false<br align="left" />ePWMxA Shadow Mode Enable: false<br align="left" />ePWMxA Shadow Load Event: EPWM_AQ_LOAD_ON_CNTR_ZERO<br align="left" />ePWMxA One-Time SW Force Action: EPWM_AQ_OUTPUT_NO_CHANGE<br align="left" />ePWMxA Continuous SW Force Action: EPWM_AQ_SW_DISABLED<br align="left" />ePWMxA  Time base counter equals zero: EPWM_AQ_OUTPUT_NO_CHANGE<br align="left" />ePWMxA  Time base counter equals period: EPWM_AQ_OUTPUT_NO_CHANGE<br align="left" />ePWMxA  Time base counter up equals COMPA: EPWM_AQ_OUTPUT_LOW<br align="left" />ePWMxA  Time base counter down equals COMPA: EPWM_AQ_OUTPUT_HIGH<br align="left" />ePWMxA  Time base counter up equals COMPB: EPWM_AQ_OUTPUT_NO_CHANGE<br align="left" />ePWMxA  Time base counter down equals COMPB: EPWM_AQ_OUTPUT_NO_CHANGE<br align="left" />ePWMxA  T1 event on count up: EPWM_AQ_OUTPUT_NO_CHANGE<br align="left" />ePWMxA  T1 event on count down: EPWM_AQ_OUTPUT_NO_CHANGE<br align="left" />ePWMxA  T2 event on count up: EPWM_AQ_OUTPUT_NO_CHANGE<br align="left" />ePWMxA  T2 event on count down: EPWM_AQ_OUTPUT_NO_CHANGE<br align="left" />ePWMxB Global Load Enable: false<br align="left" />ePWMxB Shadow Mode Enable: false<br align="left" />ePWMxB Shadow Load Event: EPWM_AQ_LOAD_ON_CNTR_ZERO<br align="left" />ePWMxB One-Time SW Force Action: EPWM_AQ_OUTPUT_NO_CHANGE<br align="left" />ePWMxB Continuous SW Force Action: EPWM_AQ_SW_DISABLED<br align="left" />ePWMxB  Time base counter equals zero: EPWM_AQ_OUTPUT_NO_CHANGE<br align="left" />ePWMxB  Time base counter equals period: EPWM_AQ_OUTPUT_NO_CHANGE<br align="left" />ePWMxB  Time base counter up equals COMPA: EPWM_AQ_OUTPUT_HIGH<br align="left" />ePWMxB  Time base counter down equals COMPA: EPWM_AQ_OUTPUT_LOW<br align="left" />ePWMxB  Time base counter up equals COMPB: EPWM_AQ_OUTPUT_NO_CHANGE<br align="left" />ePWMxB  Time base counter down equals COMPB: EPWM_AQ_OUTPUT_NO_CHANGE<br align="left" />ePWMxB  T1 event on count up: EPWM_AQ_OUTPUT_NO_CHANGE<br align="left" />ePWMxB  T1 event on count down: EPWM_AQ_OUTPUT_NO_CHANGE<br align="left" />ePWMxB  T2 event on count up: EPWM_AQ_OUTPUT_NO_CHANGE<br align="left" />ePWMxB  T2 event on count down: EPWM_AQ_OUTPUT_NO_CHANGE<br align="left" /></TD><TD COL='3' PORT='epwm2_aq_epwma'>EPWMA</TD></TR>
                       <TR><TD PORT='epwm2_aq_zero'>ZERO</TD>                                    <TD COL='3' PORT='epwm2_aq_epwmb'>EPWMB</TD></TR>
                       <TR><TD PORT='epwm2_aq_dir'>DIR</TD>                                    </TR>
                       <TR><TD PORT='epwm2_aq_t1'>T1</TD>                                    </TR>
                       <TR><TD PORT='epwm2_aq_t2'>T2</TD>                                    </TR>
                       <TR><TD PORT='epwm2_aq_cmpa'>CMPA</TD>                                    </TR>
                       <TR><TD PORT='epwm2_aq_cmpb'>CMPB</TD>                                    </TR>
                       </TABLE>>
               color=black shape=plaintext fillcolor="#F0F0F0" style=filled]


        epwm2_DB [label= <<TABLE BORDER='0' CELLBORDER='1' CELLPADDING='3' CELLSPACING='0'>
                       <TR><TD PORT='epwm2_db_title' COLSPAN='3'><br/><br/>  EPWM Deadband<br/><br/><br/></TD></TR>
                       <TR><TD PORT='epwm2_db_epwma_in'>EPWMA IN</TD><TD PORT='' ROWSPAN='2'>Active High: undefined<br align="left" />Active Low: undefined<br align="left" />Active High Complementary: undefined<br align="left" />Active Low Complementary: undefined<br align="left" />Dual Edge Delay Mode: undefined<br align="left" />Rising Edge Delay Input: EPWM_DB_INPUT_EPWMA<br align="left" />Falling Edge Delay Input: EPWM_DB_INPUT_EPWMA<br align="left" />Rising Edge Delay Polarity: EPWM_DB_POLARITY_ACTIVE_HIGH<br align="left" />Falling Edge Delay Polarity: EPWM_DB_POLARITY_ACTIVE_HIGH<br align="left" />Enable Rising Edge Delay: false<br align="left" />RED Shadow Load Event: EPWM_RED_LOAD_ON_CNTR_ZERO<br align="left" />Enable RED Shadow Mode: false<br align="left" />Rising Edge Delay Value: 0<br align="left" />Enable Falling Edge Delay: false<br align="left" />FED Shadow Load Event: EPWM_FED_LOAD_ON_CNTR_ZERO<br align="left" />Enable FED Shadow Mode: false<br align="left" />Falling Edge Delay Value: 0<br align="left" />Swap Output for EPWMxA: false<br align="left" />Swap Output for EPWMxB: false<br align="left" />Enable Deadband Control Global Load: false<br align="left" />Deadband Control Shadow Load Event: EPWM_DB_LOAD_ON_CNTR_ZERO<br align="left" />Enable Deadband Control Shadow Mode: false<br align="left" />Enable RED Global Load: false<br align="left" />Enable FED Global Load: false<br align="left" />Dead Band Counter Clock Rate: EPWM_DB_COUNTER_CLOCK_FULL_CYCLE<br align="left" /></TD><TD COL='3' PORT='epwm2_db_epwma_out'>EPWMA</TD></TR>
                       <TR><TD PORT='epwm2_db_epwmb_in'>EPWMB IN</TD>                                    <TD COL='3' PORT='epwm2_db_epwmb_out'>EPWMB</TD></TR>
                       </TABLE>>
               color=black shape=plaintext fillcolor="#F0F0F0" style=filled]


        epwm2_PC [label= <<TABLE BORDER='0' CELLBORDER='1' CELLPADDING='3' CELLSPACING='0'>
                       <TR><TD PORT='epwm2_pc_title' COLSPAN='3'><br/><br/>  EPWM Chopper<br/><br/><br/></TD></TR>
                       <TR><TD PORT='epwm2_pc_epwma_in'>EPWMA IN</TD><TD PORT='' ROWSPAN='2'>Use Chopper: false<br align="left" />Chopper Duty Cycle: 0<br align="left" />Chopper Frequency: 0<br align="left" />Chopper First Pulse Width: 0<br align="left" /></TD><TD COL='3' PORT='epwm2_pc_epwma_out'>EPWMA</TD></TR>
                       <TR><TD PORT='epwm2_pc_epwmb_in'>EPWMB IN</TD>                                    <TD COL='3' PORT='epwm2_pc_epwmb_out'>EPWMB</TD></TR>
                       </TABLE>>
               color=black shape=plaintext fillcolor="#F0F0F0" style=filled]


        epwm2_TZ [label= <<TABLE BORDER='0' CELLBORDER='1' CELLPADDING='3' CELLSPACING='0'>
                       <TR><TD PORT='epwm2_tz_title' COLSPAN='3'><br/><br/>  EPWM Trip-Zone<br/><br/><br/></TD></TR>
                       <TR><TD PORT='epwm2_tz_epwma_in'>EPWMA IN</TD><TD PORT='' ROWSPAN='4'>Use Advanced EPWM Trip Zone Actions: false<br align="left" />TZA Event: EPWM_TZ_ACTION_HIGH_Z<br align="left" />TZB Event: EPWM_TZ_ACTION_HIGH_Z<br align="left" />DCAEVT1 Event: EPWM_TZ_ACTION_HIGH_Z<br align="left" />DCAEVT2 Event: EPWM_TZ_ACTION_HIGH_Z<br align="left" />DCBEVT1 Event: EPWM_TZ_ACTION_HIGH_Z<br align="left" />DCBEVT2 Event: EPWM_TZ_ACTION_HIGH_Z<br align="left" />TZB_D Event (Adv): EPWM_TZ_ADV_ACTION_HIGH_Z<br align="left" />TZB_U Event (Adv): EPWM_TZ_ADV_ACTION_HIGH_Z<br align="left" />TZA_D Event (Adv): EPWM_TZ_ADV_ACTION_HIGH_Z<br align="left" />TZA_U Event (Adv): EPWM_TZ_ADV_ACTION_HIGH_Z<br align="left" />DCAEVT1_U Event (Adv): EPWM_TZ_ADV_ACTION_HIGH_Z<br align="left" />DCAEVT1_D Event (Adv): EPWM_TZ_ADV_ACTION_HIGH_Z<br align="left" />DCAEVT2_U Event (Adv): EPWM_TZ_ADV_ACTION_HIGH_Z<br align="left" />DCAEVT2_D Event (Adv): EPWM_TZ_ADV_ACTION_HIGH_Z<br align="left" />DCBEVT1_U Event (Adv): EPWM_TZ_ADV_ACTION_HIGH_Z<br align="left" />DCBEVT1_D Event (Adv): EPWM_TZ_ADV_ACTION_HIGH_Z<br align="left" />DCBEVT2_U Event (Adv): EPWM_TZ_ADV_ACTION_HIGH_Z<br align="left" />DCBEVT2_D Event (Adv): EPWM_TZ_ADV_ACTION_HIGH_Z<br align="left" />One-Shot Source: <br align="left" />CBC Source: <br align="left" />CBC Latch Clear Signal: EPWM_TZ_CBC_PULSE_CLR_CNTR_ZERO<br align="left" />TZ Interrupt Source (ORed): <br align="left" />Register Interrupt Handler: false<br align="left" /></TD><TD COL='3' PORT='epwm2_tz_epwma_out'>EPWMA</TD></TR>
                       <TR><TD PORT='epwm2_tz_epwmb_in'>EPWMB IN</TD>                                    <TD COL='3' PORT='epwm2_tz_epwmb_out'>EPWMB</TD></TR>
                       <TR><TD PORT='epwm2_tz_int'>TZINT</TD>                                    </TR>
                       <TR><TD PORT='epwm2_tz_dcforce'>Digital Compare force</TD>                                    </TR>
                       </TABLE>>
               color=black shape=plaintext fillcolor="#F0F0F0" style=filled]


        epwm2_ET [label= <<TABLE BORDER='0' CELLBORDER='1' CELLPADDING='3' CELLSPACING='0'>
                       <TR><TD PORT='epwm2_et_title' COLSPAN='3'><br/><br/>  EPWM Event Trigger<br/><br/><br/></TD></TR>
                       <TR><TD PORT='epwm2_et_tb'>Timebase Signals</TD><TD PORT='' ROWSPAN='3'>Enable EPWM Interrupt: false<br align="left" />Register Interrupt Handler: false<br align="left" />Interrupt Event Sources: EPWM_INT_TBCTR_DISABLED<br align="left" />Interrupt Event Count: 0<br align="left" />Interrupt Event Count Initial Value Load Enable: false<br align="left" />Interrupt Event Count Initial Value: 0<br align="left" />Force Interrupt Event Count Initial Value: false<br align="left" />SOCA Trigger Enable: false<br align="left" />SOCA Trigger Source: EPWM_SOC_DCxEVT1<br align="left" />SOCA Trigger Event Count: 0<br align="left" />SOCA Trigger Event Count Initial Value Load Enable: false<br align="left" />SOCA Trigger Event Count Initial Value: 0<br align="left" />Force SOCA Trigger Event Count Initial Value: false<br align="left" />SOCB Trigger Enable: false<br align="left" />SOCB Trigger Source: EPWM_SOC_DCxEVT1<br align="left" />SOCB Trigger Event Count: 0<br align="left" />SOCB Trigger Event Count Initial Value Load Enable: false<br align="left" />SOCB Trigger Event Count Initial Value: 0<br align="left" />Force SOCB Trigger Event Count Initial Value: false<br align="left" /></TD><TD COL='3' PORT='epwm2_et_int'>INT</TD></TR>
                       <TR><TD PORT='epwm2_et_cc'>Counter Compare Signals</TD>                                    <TD COL='3' PORT='epwm2_et_soca'>SOCA</TD></TR>
                       <TR><TD PORT='epwm2_et_dc'>Digital Compare Signals</TD>                                    <TD COL='3' PORT='epwm2_et_socb'>SOCB</TD></TR>
                       </TABLE>>
               color=black shape=plaintext fillcolor="#F0F0F0" style=filled]


        {rank=same epwm2_TB; epwm2_CC};
        {rank=same epwm2_TZ; epwm2_DC};
        {rank=same epwm2_DB; epwm2_ET};
    }

    epwm2_TB:s -> epwm2_CC:n [label="TBCTR"];
    epwm2_DC:n -> epwm2_TZ:epwm2_tz_dcforce:s;


    epwm2_TB:epwm2_tb_prd:e -> epwm2_AQ:epwm2_aq_prd:w;
    epwm2_TB:epwm2_tb_zero:e -> epwm2_AQ:epwm2_aq_zero:w;
    epwm2_TB:epwm2_tb_dir:e -> epwm2_AQ:epwm2_aq_dir:w;
    epwm2_CC:epwm2_cc_cmpa:e -> epwm2_AQ:epwm2_aq_cmpa:w;
    epwm2_CC:epwm2_cc_cmpb:e -> epwm2_AQ:epwm2_aq_cmpb:w;

    epwm2_AQ:epwm2_aq_epwma:e -> epwm2_DB:epwm2_db_epwma_in:w
    epwm2_DB:epwm2_db_epwma_out:e -> epwm2_PC:epwm2_pc_epwma_in:w
    epwm2_PC:epwm2_pc_epwma_out:e -> epwm2_TZ:epwm2_tz_epwma_in:w


    epwm2_AQ:epwm2_aq_epwmb:e -> epwm2_DB:epwm2_db_epwmb_in:w
    epwm2_DB:epwm2_db_epwmb_out:e -> epwm2_PC:epwm2_pc_epwmb_in:w
    epwm2_PC:epwm2_pc_epwmb_out:e -> epwm2_TZ:epwm2_tz_epwmb_in:w


 	epwm2_TB:epwm2_syncout -> SYNCOUT_EPWM2

    epwm2_TZ:epwm2_tz_epwma_out:e -> GPIO2
    epwm2_TZ:epwm2_tz_epwmb_out:e -> GPIO3


    EXTSYNCIN1 -> epwm1_TB:epwm1_syncin
    SYNCOUT_EPWM1 -> epwm2_TB:epwm2_syncin


}
